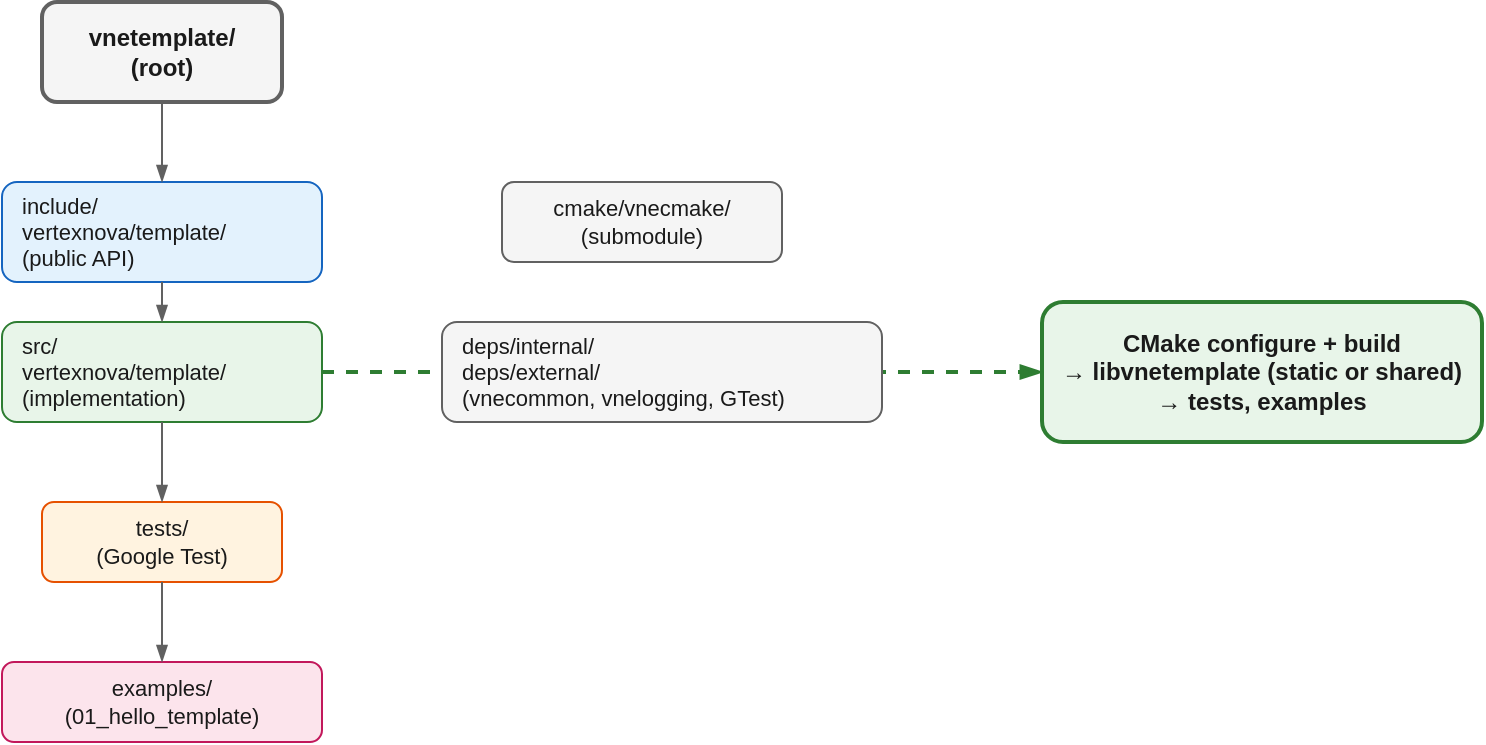
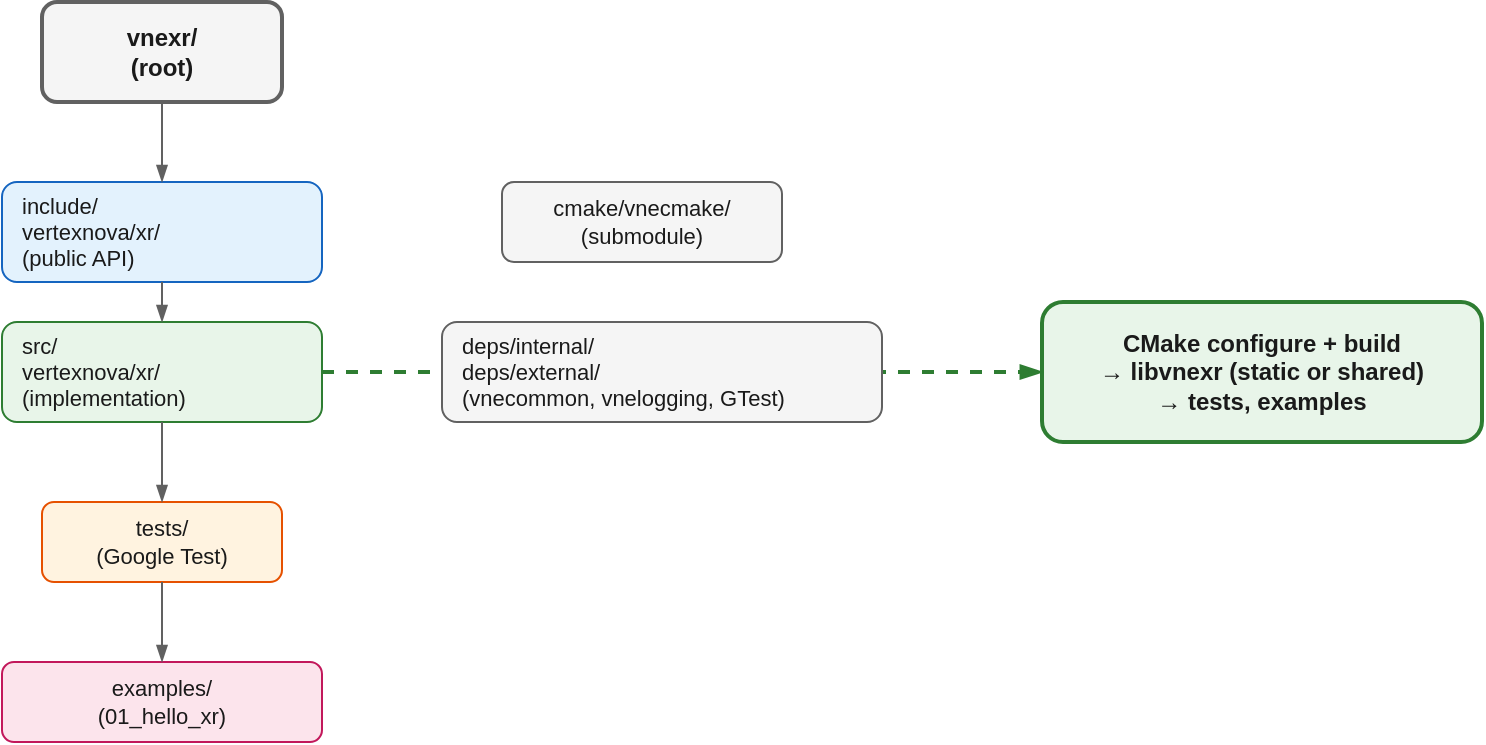
<mxfile host="65bd71144e">
    <diagram name="Project layout and build" id="architecture">
        <mxGraphModel dx="1520" dy="937" grid="1" gridSize="10" guides="1" tooltips="1" connect="1" arrows="1" fold="1" page="1" pageScale="1" pageWidth="1200" pageHeight="900" math="0" shadow="0">
            <root>
                <mxCell id="0"/>
                <mxCell id="1" parent="0"/>
-                 <mxCell id="root" value="vnetemplate/&#10;(root)" style="rounded=1;whiteSpace=wrap;html=1;fillColor=#f5f5f5;strokeColor=#616161;strokeWidth=2;fontStyle=1;fontSize=12;fontColor=#1a1a1a;" parent="1" vertex="1">
+                 <mxCell id="root" value="vnexr/&#10;(root)" style="rounded=1;whiteSpace=wrap;html=1;fillColor=#f5f5f5;strokeColor=#616161;strokeWidth=2;fontStyle=1;fontSize=12;fontColor=#1a1a1a;" parent="1" vertex="1">
                    <mxGeometry x="60" y="30" width="120" height="50" as="geometry"/>
                </mxCell>
-                 <mxCell id="include" value="include/&#10;vertexnova/template/&#10;(public API)" style="rounded=1;whiteSpace=wrap;html=1;fillColor=#e3f2fd;strokeColor=#1565c0;fontSize=11;align=left;spacingLeft=8;fontColor=#1a1a1a;" parent="1" vertex="1">
+                 <mxCell id="include" value="include/&#10;vertexnova/xr/&#10;(public API)" style="rounded=1;whiteSpace=wrap;html=1;fillColor=#e3f2fd;strokeColor=#1565c0;fontSize=11;align=left;spacingLeft=8;fontColor=#1a1a1a;" parent="1" vertex="1">
                    <mxGeometry x="40" y="120" width="160" height="50" as="geometry"/>
                </mxCell>
-                 <mxCell id="src" value="src/&#10;vertexnova/template/&#10;(implementation)" style="rounded=1;whiteSpace=wrap;html=1;fillColor=#e8f5e9;strokeColor=#2e7d32;fontSize=11;align=left;spacingLeft=8;fontColor=#1a1a1a;" parent="1" vertex="1">
+                 <mxCell id="src" value="src/&#10;vertexnova/xr/&#10;(implementation)" style="rounded=1;whiteSpace=wrap;html=1;fillColor=#e8f5e9;strokeColor=#2e7d32;fontSize=11;align=left;spacingLeft=8;fontColor=#1a1a1a;" parent="1" vertex="1">
                    <mxGeometry x="40" y="190" width="160" height="50" as="geometry"/>
                </mxCell>
                <mxCell id="tests" value="tests/&#10;(Google Test)" style="rounded=1;whiteSpace=wrap;html=1;fillColor=#fff3e0;strokeColor=#e65100;fontSize=11;fontColor=#1a1a1a;" parent="1" vertex="1">
                    <mxGeometry x="60" y="280" width="120" height="40" as="geometry"/>
                </mxCell>
-                 <mxCell id="examples" value="examples/&#10;(01_hello_template)" style="rounded=1;whiteSpace=wrap;html=1;fillColor=#fce4ec;strokeColor=#c2185b;fontSize=11;fontColor=#1a1a1a;" parent="1" vertex="1">
+                 <mxCell id="examples" value="examples/&#10;(01_hello_xr)" style="rounded=1;whiteSpace=wrap;html=1;fillColor=#fce4ec;strokeColor=#c2185b;fontSize=11;fontColor=#1a1a1a;" parent="1" vertex="1">
                    <mxGeometry x="40" y="360" width="160" height="40" as="geometry"/>
                </mxCell>
                <mxCell id="cmake" value="cmake/vnecmake/&#10;(submodule)" style="rounded=1;whiteSpace=wrap;html=1;fillColor=#f5f5f5;strokeColor=#616161;fontSize=11;fontColor=#1a1a1a;" parent="1" vertex="1">
                    <mxGeometry x="290" y="120" width="140" height="40" as="geometry"/>
                </mxCell>
-                 <mxCell id="build" value="CMake configure + build&#10;→ libvnetemplate (static or shared)&#10;→ tests, examples" style="rounded=1;whiteSpace=wrap;html=1;fillColor=#e8f5e9;strokeColor=#2e7d32;strokeWidth=2;fontSize=12;fontStyle=1;fontColor=#1a1a1a;" parent="1" vertex="1">
+                 <mxCell id="build" value="CMake configure + build&#10;→ libvnexr (static or shared)&#10;→ tests, examples" style="rounded=1;whiteSpace=wrap;html=1;fillColor=#e8f5e9;strokeColor=#2e7d32;strokeWidth=2;fontSize=12;fontStyle=1;fontColor=#1a1a1a;" parent="1" vertex="1">
                    <mxGeometry x="560" y="180" width="220" height="70" as="geometry"/>
                </mxCell>
                <mxCell id="e1" style="endArrow=blockThin;endFill=1;html=1;strokeWidth=1;strokeColor=#616161;exitX=0.5;exitY=1;exitDx=0;exitDy=0;entryX=0.5;entryY=0;entryDx=0;entryDy=0;" parent="1" source="root" target="include" edge="1">
                    <mxGeometry relative="1" as="geometry"/>
                </mxCell>
                <mxCell id="e2" style="endArrow=blockThin;endFill=1;html=1;strokeWidth=1;strokeColor=#616161;exitX=0.5;exitY=1;exitDx=0;exitDy=0;entryX=0.5;entryY=0;entryDx=0;entryDy=0;" parent="1" source="include" target="src" edge="1">
                    <mxGeometry relative="1" as="geometry"/>
                </mxCell>
                <mxCell id="e3" style="endArrow=blockThin;endFill=1;html=1;strokeWidth=1;strokeColor=#616161;exitX=0.5;exitY=1;exitDx=0;exitDy=0;entryX=0.5;entryY=0;entryDx=0;entryDy=0;" parent="1" source="src" target="tests" edge="1">
                    <mxGeometry relative="1" as="geometry"/>
                </mxCell>
                <mxCell id="e4" style="endArrow=blockThin;endFill=1;html=1;strokeWidth=1;strokeColor=#616161;exitX=0.5;exitY=1;exitDx=0;exitDy=0;entryX=0.5;entryY=0;entryDx=0;entryDy=0;" parent="1" source="tests" target="examples" edge="1">
                    <mxGeometry relative="1" as="geometry"/>
                </mxCell>
                <mxCell id="e5" style="endArrow=blockThin;endFill=1;html=1;strokeWidth=2;strokeColor=#2e7d32;exitX=1;exitY=0.5;exitDx=0;exitDy=0;entryX=0;entryY=0.5;entryDx=0;entryDy=0;dashed=1;" parent="1" source="src" target="build" edge="1">
                    <mxGeometry relative="1" as="geometry"/>
                </mxCell>
                <mxCell id="e5label" value="builds" style="edgeLabel;html=1;align=center;verticalAlign=middle;resizable=0;points=[];fontSize=10;fontColor=#1a1a1a;backgroundColor=#ffffff;" parent="e5" connectable="0" vertex="1">
                    <mxGeometry x="-0.2" y="1" relative="1" as="geometry">
                        <mxPoint as="offset"/>
                    </mxGeometry>
                </mxCell>
                <mxCell id="deps" value="deps/internal/&#10;deps/external/&#10;(vnecommon, vnelogging, GTest)" style="rounded=1;whiteSpace=wrap;html=1;fillColor=#f5f5f5;strokeColor=#616161;fontSize=11;align=left;spacingLeft=8;fontColor=#1a1a1a;" parent="1" vertex="1">
                    <mxGeometry x="260" y="190" width="220" height="50" as="geometry"/>
                </mxCell>
            </root>
        </mxGraphModel>
    </diagram>
</mxfile>